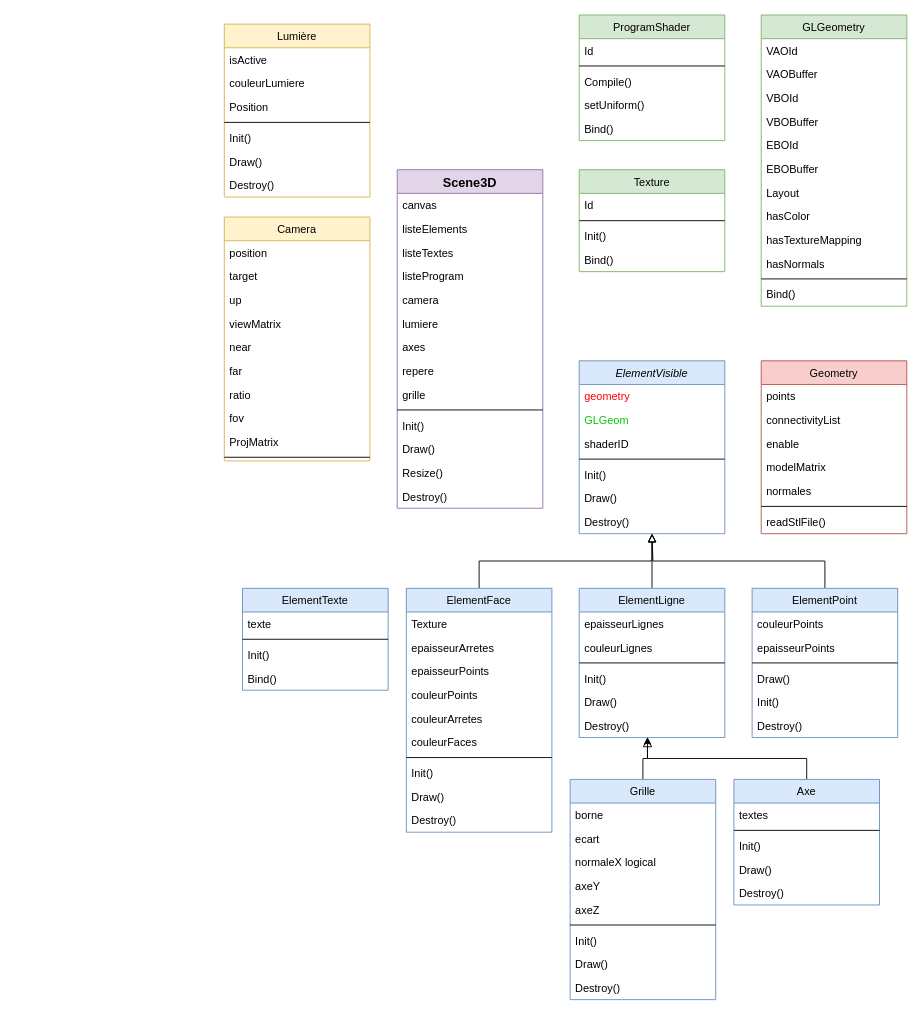
Above: Architecture/architectureDiagram.drawio in Alex4969/OpenGL_MatlabToolbox (draw.io), before the change. Source tidied: cells renumbered, new cells numbered last; positions are measured from the earlier drawing's top-left corner, leaving out a move shared by most shapes. Both pictures are drawn from the tidied source at 91%, with x=0, y=0 at pixel (224, 15).
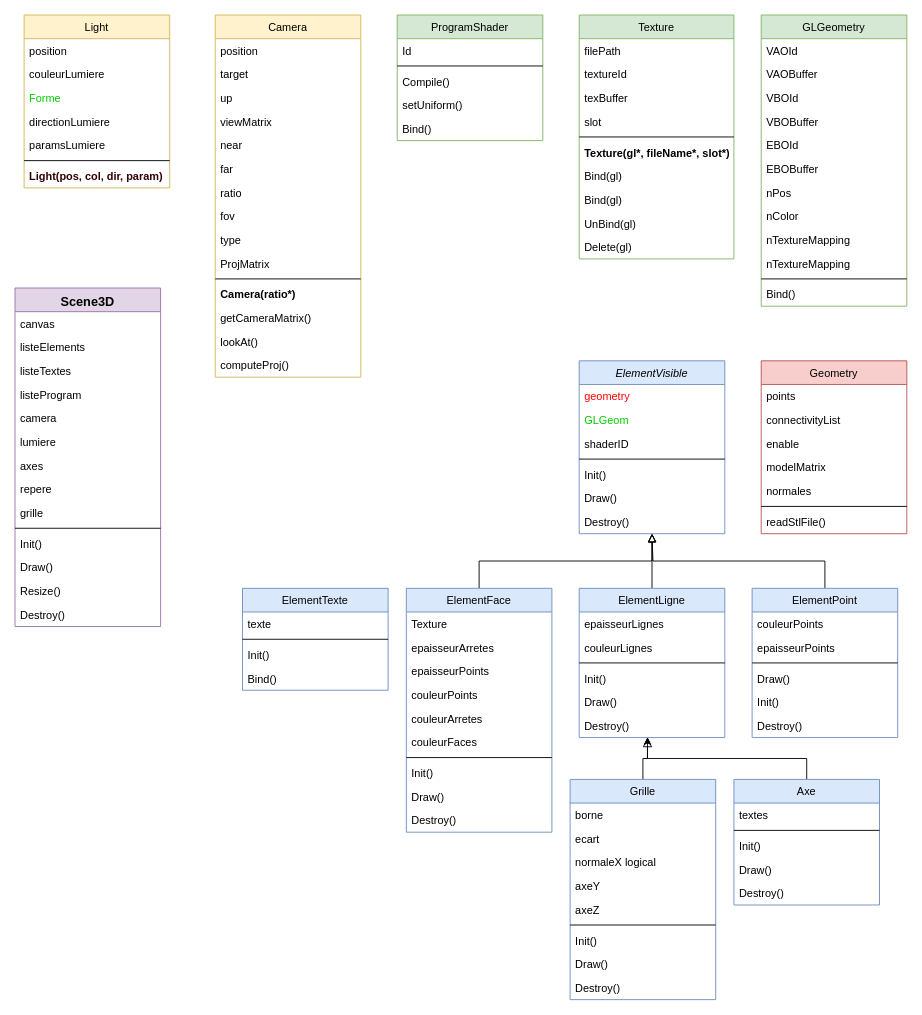
The same diagram, later.

The change refers to these unchanged cells:
```xml
<mxCell id="10" value="GLGeometry" style="swimlane;fontStyle=0;align=center;verticalAlign=top;horizontal=1;startSize=26;rounded=0;shadow=0;strokeWidth=1;fillColor=#d5e8d4;strokeColor=#82b366;" parent="1" vertex="1">
  <mxGeometry x="590" width="160" height="320" as="geometry" />
</mxCell>
```

What changed in the source:
```diff
@@
-    <mxCell id="17" value="Layout" style="text;align=left;verticalAlign=top;spacingLeft=4;spacingRight=4;overflow=hidden;" parent="10" vertex="1">
-      <mxGeometry y="182" width="160" height="26" as="geometry" />
-    </mxCell>
-    <mxCell id="18" value="hasColor" style="text;align=left;verticalAlign=top;spacingLeft=4;spacingRight=4;overflow=hidden;" parent="10" vertex="1">
-      <mxGeometry y="208" width="160" height="26" as="geometry" />
+    <mxCell id="18" value="nPos" style="text;align=left;verticalAlign=top;spacingLeft=4;spacingRight=4;overflow=hidden;" parent="10" vertex="1">
+      <mxGeometry y="182" width="160" height="26" as="geometry" />
     </mxCell>
-    <mxCell id="19" value="hasTextureMapping" style="text;align=left;verticalAlign=top;spacingLeft=4;spacingRight=4;overflow=hidden;" parent="10" vertex="1">
-      <mxGeometry y="234" width="160" height="26" as="geometry" />
+    <mxCell id="19" value="nColor" style="text;align=left;verticalAlign=top;spacingLeft=4;spacingRight=4;overflow=hidden;" parent="10" vertex="1">
+      <mxGeometry y="208" width="160" height="26" as="geometry" />
     </mxCell>
-    <mxCell id="20" value="hasNormals" style="text;align=left;verticalAlign=top;spacingLeft=4;spacingRight=4;overflow=hidden;" parent="10" vertex="1">
-      <mxGeometry y="260" width="160" height="26" as="geometry" />
+    <mxCell id="20" value="nTextureMapping" style="text;align=left;verticalAlign=top;spacingLeft=4;spacingRight=4;overflow=hidden;" parent="10" vertex="1">
+      <mxGeometry y="234" width="160" height="26" as="geometry" />
     </mxCell>
+    <mxCell id="127" value="nTextureMapping" style="text;align=left;verticalAlign=top;spacingLeft=4;spacingRight=4;overflow=hidden;" parent="10" vertex="1">
+      <mxGeometry y="260" width="160" height="26" as="geometry" />
+    </mxCell>
@@
     <mxCell id="23" value="Scene3D" style="swimlane;fontStyle=1;align=center;verticalAlign=top;horizontal=1;startSize=26;rounded=0;shadow=0;strokeWidth=1;fillColor=#e1d5e7;strokeColor=#9673a6;fontSize=14;" parent="1" vertex="1">
-      <mxGeometry x="190" y="170" width="160" height="372" as="geometry" />
+      <mxGeometry x="-230" y="300" width="160" height="372" as="geometry" />
     </mxCell>
@@
-    <mxCell id="46" value="Lumière" style="swimlane;fontStyle=0;align=center;verticalAlign=top;horizontal=1;startSize=26;rounded=0;shadow=0;strokeWidth=1;fillColor=#fff2cc;strokeColor=#d6b656;" parent="1" vertex="1">
-      <mxGeometry y="10" width="160" height="190" as="geometry" />
+    <mxCell id="46" value="Light" style="swimlane;fontStyle=0;align=center;verticalAlign=top;horizontal=1;startSize=26;rounded=0;shadow=0;strokeWidth=1;fillColor=#fff2cc;strokeColor=#d6b656;" parent="1" vertex="1">
+      <mxGeometry x="-220" width="160" height="190" as="geometry" />
     </mxCell>
+    <mxCell id="49" value="position" style="text;align=left;verticalAlign=top;spacingLeft=4;spacingRight=4;overflow=hidden;rounded=0;shadow=0;html=0;" parent="46" vertex="1">
+      <mxGeometry y="26" width="160" height="26" as="geometry" />
+    </mxCell>
+    <mxCell id="48" value="couleurLumiere" style="text;align=left;verticalAlign=top;spacingLeft=4;spacingRight=4;overflow=hidden;rounded=0;shadow=0;html=0;" parent="46" vertex="1">
+      <mxGeometry y="52" width="160" height="26" as="geometry" />
+    </mxCell>
+    <mxCell id="128" value="Forme" style="text;align=left;verticalAlign=top;spacingLeft=4;spacingRight=4;overflow=hidden;rounded=0;shadow=0;html=0;fontColor=#00CC00;" parent="46" vertex="1">
+      <mxGeometry y="78" width="160" height="26" as="geometry" />
+    </mxCell>
-    <mxCell id="47" value="isActive" style="text;align=left;verticalAlign=top;spacingLeft=4;spacingRight=4;overflow=hidden;rounded=0;shadow=0;html=0;" parent="46" vertex="1">
-      <mxGeometry y="26" width="160" height="26" as="geometry" />
+    <mxCell id="47" value="directionLumiere" style="text;align=left;verticalAlign=top;spacingLeft=4;spacingRight=4;overflow=hidden;rounded=0;shadow=0;html=0;" parent="46" vertex="1">
+      <mxGeometry y="104" width="160" height="26" as="geometry" />
     </mxCell>
-    <mxCell id="48" value="couleurLumiere" style="text;align=left;verticalAlign=top;spacingLeft=4;spacingRight=4;overflow=hidden;rounded=0;shadow=0;html=0;" parent="46" vertex="1">
-      <mxGeometry y="52" width="160" height="26" as="geometry" />
-    </mxCell>
-    <mxCell id="49" value="Position" style="text;align=left;verticalAlign=top;spacingLeft=4;spacingRight=4;overflow=hidden;rounded=0;shadow=0;html=0;" parent="46" vertex="1">
-      <mxGeometry y="78" width="160" height="26" as="geometry" />
-    </mxCell>
+    <mxCell id="129" value="paramsLumiere" style="text;align=left;verticalAlign=top;spacingLeft=4;spacingRight=4;overflow=hidden;rounded=0;shadow=0;html=0;" parent="46" vertex="1">
+      <mxGeometry y="130" width="160" height="26" as="geometry" />
+    </mxCell>
     <mxCell id="50" style="line;html=1;strokeWidth=1;align=left;verticalAlign=middle;spacingTop=-1;spacingLeft=3;spacingRight=3;labelPosition=right;" parent="46" vertex="1">
-      <mxGeometry y="104" width="160" height="8" as="geometry" />
+      <mxGeometry y="156" width="160" height="8" as="geometry" />
     </mxCell>
-    <mxCell id="51" value="Init()" style="text;align=left;verticalAlign=top;spacingLeft=4;spacingRight=4;overflow=hidden;rounded=0;shadow=0;html=0;" parent="46" vertex="1">
-      <mxGeometry y="112" width="160" height="26" as="geometry" />
-    </mxCell>
-    <mxCell id="52" value="Draw()" style="text;align=left;verticalAlign=top;spacingLeft=4;spacingRight=4;overflow=hidden;rounded=0;shadow=0;html=0;" parent="46" vertex="1">
-      <mxGeometry y="138" width="160" height="26" as="geometry" />
-    </mxCell>
-    <mxCell id="53" value="Destroy()" style="text;align=left;verticalAlign=top;spacingLeft=4;spacingRight=4;overflow=hidden;rounded=0;shadow=0;html=0;" parent="46" vertex="1">
-      <mxGeometry y="164" width="160" height="26" as="geometry" />
-    </mxCell>
+    <mxCell id="130" value="Light(pos, col, dir, param)" style="text;align=left;verticalAlign=top;spacingLeft=4;spacingRight=4;overflow=hidden;rounded=0;shadow=0;html=0;fontStyle=1;fontColor=#330000;" parent="46" vertex="1">
+      <mxGeometry y="164" width="160" height="26" as="geometry" />
+    </mxCell>
@@
     <mxCell id="65" value="Camera" style="swimlane;fontStyle=0;align=center;verticalAlign=top;horizontal=1;startSize=26;rounded=0;shadow=0;strokeWidth=1;fillColor=#fff2cc;strokeColor=#d6b656;" parent="1" vertex="1">
-      <mxGeometry y="222" width="160" height="268" as="geometry" />
+      <mxGeometry x="-10" width="160" height="398" as="geometry" />
     </mxCell>
@@
+    <mxCell id="131" value="type" style="text;align=left;verticalAlign=top;spacingLeft=4;spacingRight=4;overflow=hidden;rounded=0;shadow=0;html=0;" parent="65" vertex="1">
+      <mxGeometry y="234" width="160" height="26" as="geometry" />
+    </mxCell>
     <mxCell id="74" value="ProjMatrix" style="text;align=left;verticalAlign=top;spacingLeft=4;spacingRight=4;overflow=hidden;rounded=0;shadow=0;html=0;" parent="65" vertex="1">
-      <mxGeometry y="234" width="160" height="26" as="geometry" />
+      <mxGeometry y="260" width="160" height="26" as="geometry" />
     </mxCell>
     <mxCell id="75" style="line;html=1;strokeWidth=1;align=left;verticalAlign=middle;spacingTop=-1;spacingLeft=3;spacingRight=3;labelPosition=right;" parent="65" vertex="1">
-      <mxGeometry y="260" width="160" height="8" as="geometry" />
+      <mxGeometry y="286" width="160" height="8" as="geometry" />
     </mxCell>
+    <mxCell id="132" value="Camera(ratio*)" style="text;align=left;verticalAlign=top;spacingLeft=4;spacingRight=4;overflow=hidden;rounded=0;shadow=0;html=0;fontStyle=1;" parent="65" vertex="1">
+      <mxGeometry y="294" width="160" height="26" as="geometry" />
+    </mxCell>
+    <mxCell id="133" value="getCameraMatrix()" style="text;align=left;verticalAlign=top;spacingLeft=4;spacingRight=4;overflow=hidden;rounded=0;shadow=0;html=0;" parent="65" vertex="1">
+      <mxGeometry y="320" width="160" height="26" as="geometry" />
+    </mxCell>
+    <mxCell id="134" value="lookAt()" style="text;align=left;verticalAlign=top;spacingLeft=4;spacingRight=4;overflow=hidden;rounded=0;shadow=0;html=0;" parent="65" vertex="1">
+      <mxGeometry y="346" width="160" height="26" as="geometry" />
+    </mxCell>
+    <mxCell id="135" value="computeProj()" style="text;align=left;verticalAlign=top;spacingLeft=4;spacingRight=4;overflow=hidden;rounded=0;shadow=0;html=0;" parent="65" vertex="1">
+      <mxGeometry y="372" width="160" height="26" as="geometry" />
+    </mxCell>
     <mxCell id="76" value="ProgramShader" style="swimlane;fontStyle=0;align=center;verticalAlign=top;horizontal=1;startSize=26;rounded=0;shadow=0;strokeWidth=1;fillColor=#d5e8d4;strokeColor=#82b366;" parent="1" vertex="1">
-      <mxGeometry x="390" width="160" height="138" as="geometry" />
+      <mxGeometry x="190" width="160" height="138" as="geometry" />
     </mxCell>
@@
     <mxCell id="82" value="Texture" style="swimlane;fontStyle=0;align=center;verticalAlign=top;horizontal=1;startSize=26;rounded=0;shadow=0;strokeWidth=1;fillColor=#d5e8d4;strokeColor=#82b366;" parent="1" vertex="1">
-      <mxGeometry x="390" y="170" width="160" height="112" as="geometry" />
+      <mxGeometry x="390" width="170" height="268" as="geometry" />
     </mxCell>
+    <mxCell id="136" value="filePath" style="text;align=left;verticalAlign=top;spacingLeft=4;spacingRight=4;overflow=hidden;" parent="82" vertex="1">
+      <mxGeometry y="26" width="170" height="26" as="geometry" />
+    </mxCell>
+    <mxCell id="137" value="textureId" style="text;align=left;verticalAlign=top;spacingLeft=4;spacingRight=4;overflow=hidden;" parent="82" vertex="1">
+      <mxGeometry y="52" width="170" height="26" as="geometry" />
+    </mxCell>
+    <mxCell id="138" value="texBuffer" style="text;align=left;verticalAlign=top;spacingLeft=4;spacingRight=4;overflow=hidden;" parent="82" vertex="1">
+      <mxGeometry y="78" width="170" height="26" as="geometry" />
+    </mxCell>
-    <mxCell id="83" value="Id" style="text;align=left;verticalAlign=top;spacingLeft=4;spacingRight=4;overflow=hidden;" parent="82" vertex="1">
-      <mxGeometry y="26" width="160" height="26" as="geometry" />
+    <mxCell id="83" value="slot" style="text;align=left;verticalAlign=top;spacingLeft=4;spacingRight=4;overflow=hidden;" parent="82" vertex="1">
+      <mxGeometry y="104" width="170" height="26" as="geometry" />
     </mxCell>
     <mxCell id="84" style="line;html=1;strokeWidth=1;align=left;verticalAlign=middle;spacingTop=-1;spacingLeft=3;spacingRight=3;labelPosition=right;" parent="82" vertex="1">
-      <mxGeometry y="52" width="160" height="8" as="geometry" />
+      <mxGeometry y="130" width="170" height="8" as="geometry" />
     </mxCell>
-    <mxCell id="85" value="Init()" style="text;align=left;verticalAlign=top;spacingLeft=4;spacingRight=4;overflow=hidden;rounded=0;shadow=0;html=0;" parent="82" vertex="1">
-      <mxGeometry y="60" width="160" height="26" as="geometry" />
-    </mxCell>
+    <mxCell id="139" value="Texture(gl*, fileName*, slot*)" style="text;align=left;verticalAlign=top;spacingLeft=4;spacingRight=4;overflow=hidden;rounded=0;shadow=0;html=0;fontStyle=1;" parent="82" vertex="1">
+      <mxGeometry y="138" width="170" height="26" as="geometry" />
+    </mxCell>
+    <mxCell id="140" value="Bind(gl)" style="text;align=left;verticalAlign=top;spacingLeft=4;spacingRight=4;overflow=hidden;rounded=0;shadow=0;html=0;" parent="82" vertex="1">
+      <mxGeometry y="164" width="170" height="26" as="geometry" />
+    </mxCell>
-    <mxCell id="86" value="Bind()" style="text;align=left;verticalAlign=top;spacingLeft=4;spacingRight=4;overflow=hidden;rounded=0;shadow=0;html=0;" parent="82" vertex="1">
-      <mxGeometry y="86" width="160" height="26" as="geometry" />
+    <mxCell id="86" value="Bind(gl)" style="text;align=left;verticalAlign=top;spacingLeft=4;spacingRight=4;overflow=hidden;rounded=0;shadow=0;html=0;" parent="82" vertex="1">
+      <mxGeometry y="190" width="170" height="26" as="geometry" />
     </mxCell>
+    <mxCell id="141" value="UnBind(gl)" style="text;align=left;verticalAlign=top;spacingLeft=4;spacingRight=4;overflow=hidden;rounded=0;shadow=0;html=0;" parent="82" vertex="1">
+      <mxGeometry y="216" width="170" height="26" as="geometry" />
+    </mxCell>
+    <mxCell id="142" value="Delete(gl)" style="text;align=left;verticalAlign=top;spacingLeft=4;spacingRight=4;overflow=hidden;rounded=0;shadow=0;html=0;" parent="82" vertex="1">
+      <mxGeometry y="242" width="170" height="26" as="geometry" />
+    </mxCell>
```
